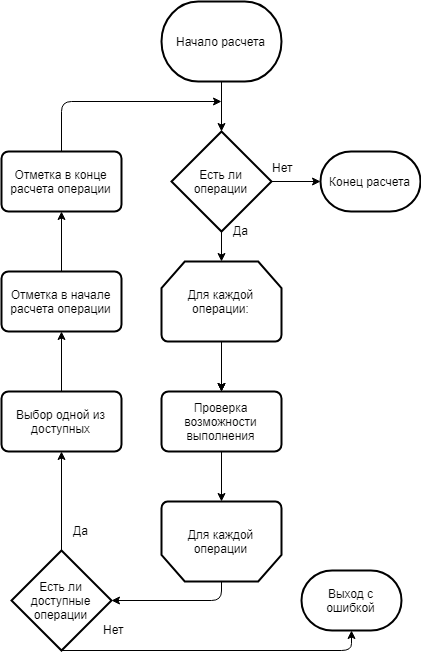
BarneyXF/DiplodocusDeBulbasaur keeps this draw.io diagram as pics/assemblyResSchema.png. Above is the earlier version. Source tidied: cells renumbered, new cells last; positions are measured from the earlier drawing's top-left corner, leaving out a move shared by most shapes.
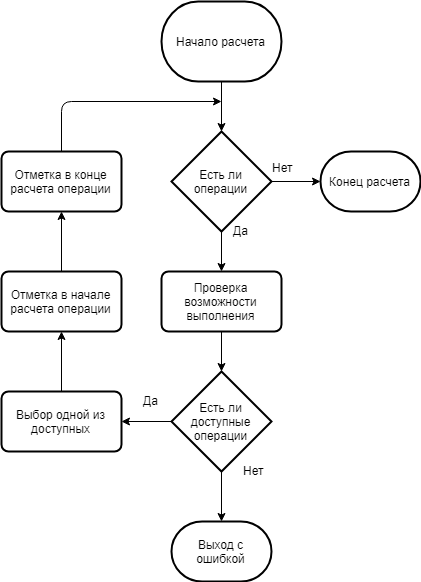
The same diagram one commit later.

Change to the diagram source:
```diff
@@ -5,39 +5,22 @@
     <mxCell id="2" value="Начало расчета" style="strokeWidth=2;html=1;shape=mxgraph.flowchart.terminator;whiteSpace=wrap;" parent="1" vertex="1">
       <mxGeometry x="160" width="120" height="80" as="geometry" />
     </mxCell>
-    <mxCell id="3" style="edgeStyle=orthogonalEdgeStyle;rounded=0;jettySize=auto;html=1;" parent="1" edge="1" source="5" target="8">
-      <mxGeometry relative="1" as="geometry" />
-    </mxCell>
-    <mxCell id="4" style="edgeStyle=orthogonalEdgeStyle;rounded=0;jettySize=auto;html=1;" parent="1" edge="1" source="5" target="8">
-      <mxGeometry relative="1" as="geometry" />
-    </mxCell>
-    <mxCell id="5" value="Для каждой операции:" style="strokeWidth=2;html=1;shape=mxgraph.flowchart.loop_limit;whiteSpace=wrap;" parent="1" vertex="1">
-      <mxGeometry x="160" y="260" width="120" height="80" as="geometry" />
-    </mxCell>
     <mxCell id="6" style="endArrow=classic;html=1;exitX=0.5;exitY=1;exitDx=0;exitDy=0;exitPerimeter=0;entryX=0.5;entryY=0;entryDx=0;entryDy=0;entryPerimeter=0;" parent="1" edge="1" source="2" target="21">
       <mxGeometry relative="1" as="geometry" />
     </mxCell>
     <mxCell id="7" value="Есть ли доступные операции" style="strokeWidth=2;html=1;shape=mxgraph.flowchart.decision;whiteSpace=wrap;" parent="1" vertex="1">
-      <mxGeometry x="10" y="549" width="100" height="100" as="geometry" />
+      <mxGeometry x="170" y="370" width="100" height="100" as="geometry" />
     </mxCell>
     <mxCell id="8" value="Проверка возможности выполнения" style="rounded=1;whiteSpace=wrap;html=1;absoluteArcSize=1;arcSize=14;strokeWidth=2;" parent="1" vertex="1">
-      <mxGeometry x="160" y="390" width="120" height="60" as="geometry" />
+      <mxGeometry x="160" y="270" width="120" height="60" as="geometry" />
     </mxCell>
-    <mxCell id="9" value="Для каждой операции" style="strokeWidth=2;html=1;shape=mxgraph.flowchart.loop_limit;whiteSpace=wrap;flipV=1;" parent="1" vertex="1">
-      <mxGeometry x="160" y="500" width="120" height="80" as="geometry" />
-    </mxCell>
-    <mxCell id="10" style="endArrow=classic;html=1;entryX=0.5;entryY=0;entryDx=0;entryDy=0;" parent="1" edge="1" target="8">
-      <mxGeometry relative="1" as="geometry">
-        <mxPoint x="220" y="350" as="sourcePoint" />
-      </mxGeometry>
-    </mxCell>
-    <mxCell id="11" style="endArrow=classic;html=1;exitX=0.5;exitY=1;exitDx=0;exitDy=0;entryX=0.5;entryY=1;entryDx=0;entryDy=0;entryPerimeter=0;" parent="1" edge="1" source="8" target="9">
+    <mxCell id="11" style="endArrow=classic;html=1;exitX=0.5;exitY=1;exitDx=0;exitDy=0;entryX=0.5;entryY=0;entryDx=0;entryDy=0;entryPerimeter=0;" parent="1" edge="1" source="8" target="7">
       <mxGeometry relative="1" as="geometry" />
     </mxCell>
     <mxCell id="12" value="Выбор одной из доступных" style="rounded=1;whiteSpace=wrap;html=1;absoluteArcSize=1;arcSize=14;strokeWidth=2;" parent="1" vertex="1">
       <mxGeometry y="390" width="120" height="60" as="geometry" />
     </mxCell>
-    <mxCell id="13" style="endArrow=classic;html=1;entryX=0.5;entryY=1;entryDx=0;entryDy=0;exitX=0.5;exitY=0;exitDx=0;exitDy=0;exitPerimeter=0;" parent="1" edge="1" source="7" target="12">
+    <mxCell id="13" style="endArrow=classic;html=1;entryX=1;entryY=0.5;entryDx=0;entryDy=0;exitX=0;exitY=0.5;exitDx=0;exitDy=0;exitPerimeter=0;" parent="1" edge="1" source="7" target="12">
       <mxGeometry relative="1" as="geometry" />
     </mxCell>
     <mxCell id="14" value="Отметка в начале расчета операции" style="rounded=1;whiteSpace=wrap;html=1;absoluteArcSize=1;arcSize=14;strokeWidth=2;" parent="1" vertex="1">
@@ -46,33 +29,22 @@
     <mxCell id="15" value="Отметка в конце расчета операции" style="rounded=1;whiteSpace=wrap;html=1;absoluteArcSize=1;arcSize=14;strokeWidth=2;" parent="1" vertex="1">
       <mxGeometry y="150" width="120" height="60" as="geometry" />
     </mxCell>
-    <mxCell id="16" style="endArrow=classic;html=1;exitX=0.5;exitY=0;exitDx=0;exitDy=0;exitPerimeter=0;entryX=1;entryY=0.5;entryDx=0;entryDy=0;entryPerimeter=0;" parent="1" edge="1" source="9" target="7">
-      <mxGeometry relative="1" as="geometry">
-        <Array as="points">
-          <mxPoint x="220" y="599" />
-        </Array>
-      </mxGeometry>
-    </mxCell>
     <mxCell id="17" value="Да" style="text;html=1;align=left;verticalAlign=top;spacingTop=-4;" parent="1" vertex="1">
-      <mxGeometry x="70" y="520" width="30" height="20" as="geometry" />
+      <mxGeometry x="140" y="390" width="30" height="20" as="geometry" />
     </mxCell>
     <mxCell id="18" value="Нет" style="text;html=1;align=left;verticalAlign=top;spacingTop=-4;" parent="1" vertex="1">
-      <mxGeometry x="100" y="619" width="40" height="20" as="geometry" />
+      <mxGeometry x="240" y="460" width="40" height="20" as="geometry" />
     </mxCell>
     <mxCell id="19" value="Выход с ошибкой" style="strokeWidth=2;html=1;shape=mxgraph.flowchart.terminator;whiteSpace=wrap;" parent="1" vertex="1">
-      <mxGeometry x="300" y="569" width="100" height="60" as="geometry" />
+      <mxGeometry x="170" y="520" width="100" height="60" as="geometry" />
     </mxCell>
-    <mxCell id="20" style="endArrow=classic;html=1;entryX=0.5;entryY=1;entryDx=0;entryDy=0;entryPerimeter=0;exitX=0.5;exitY=1;exitDx=0;exitDy=0;exitPerimeter=0;" parent="1" edge="1" source="7" target="19">
-      <mxGeometry relative="1" as="geometry">
-        <Array as="points">
-          <mxPoint x="350" y="649" />
-        </Array>
-      </mxGeometry>
+    <mxCell id="20" style="endArrow=classic;html=1;entryX=0.5;entryY=0;entryDx=0;entryDy=0;entryPerimeter=0;exitX=0.5;exitY=1;exitDx=0;exitDy=0;exitPerimeter=0;" parent="1" edge="1" source="7" target="19">
+      <mxGeometry relative="1" as="geometry" />
     </mxCell>
     <mxCell id="21" value="Есть ли операции" style="strokeWidth=2;html=1;shape=mxgraph.flowchart.decision;whiteSpace=wrap;" parent="1" vertex="1">
       <mxGeometry x="170" y="130" width="100" height="100" as="geometry" />
     </mxCell>
-    <mxCell id="22" style="endArrow=classic;html=1;exitX=0.5;exitY=1;exitDx=0;exitDy=0;exitPerimeter=0;" parent="1" edge="1" source="21" target="5">
+    <mxCell id="22" style="endArrow=classic;html=1;exitX=0.5;exitY=1;exitDx=0;exitDy=0;exitPerimeter=0;entryX=0.5;entryY=0;entryDx=0;entryDy=0;" parent="1" edge="1" source="21" target="8">
       <mxGeometry relative="1" as="geometry" />
     </mxCell>
     <mxCell id="23" value="Да" style="text;html=1;align=left;verticalAlign=top;spacingTop=-4;" parent="1" vertex="1">
```
